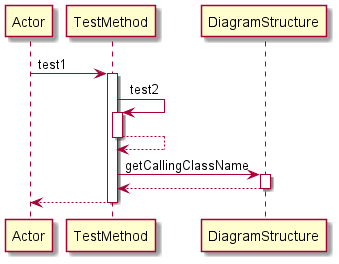
Earlier version of the PlantUML export Diagrams/test1.png (manucapo/Gardener).
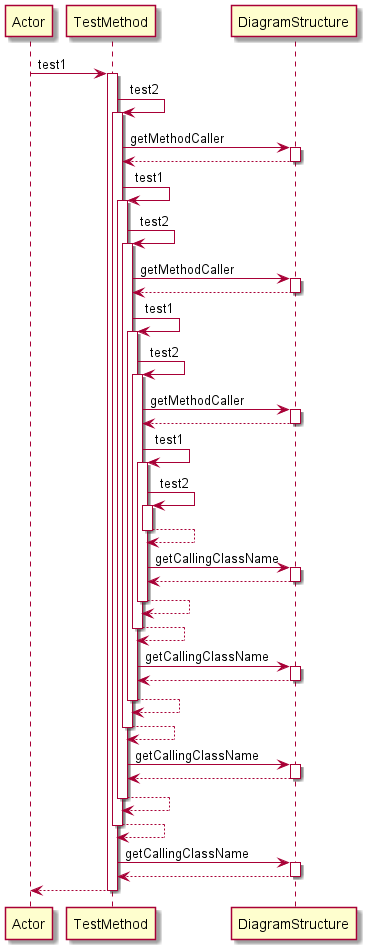
After the commit.

Diff of the diagram source:
```diff
@@ -1,6 +1,30 @@
 @startuml
 participant Actor
 Actor -> TestMethod: test1
+activate TestMethod
+TestMethod -> TestMethod: test2
+activate TestMethod
+TestMethod -> DiagramStructure: getMethodCaller
+activate DiagramStructure
+DiagramStructure-->TestMethod
+deactivate DiagramStructure
+TestMethod -> TestMethod: test1
+activate TestMethod
+TestMethod -> TestMethod: test2
+activate TestMethod
+TestMethod -> DiagramStructure: getMethodCaller
+activate DiagramStructure
+DiagramStructure-->TestMethod
+deactivate DiagramStructure
+TestMethod -> TestMethod: test1
+activate TestMethod
+TestMethod -> TestMethod: test2
+activate TestMethod
+TestMethod -> DiagramStructure: getMethodCaller
+activate DiagramStructure
+DiagramStructure-->TestMethod
+deactivate DiagramStructure
+TestMethod -> TestMethod: test1
 activate TestMethod
 TestMethod -> TestMethod: test2
 activate TestMethod
@@ -10,5 +34,29 @@
 activate DiagramStructure
 DiagramStructure-->TestMethod
 deactivate DiagramStructure
+TestMethod-->TestMethod
+deactivate TestMethod
+TestMethod-->TestMethod
+deactivate TestMethod
+TestMethod -> DiagramStructure: getCallingClassName
+activate DiagramStructure
+DiagramStructure-->TestMethod
+deactivate DiagramStructure
+TestMethod-->TestMethod
+deactivate TestMethod
+TestMethod-->TestMethod
+deactivate TestMethod
+TestMethod -> DiagramStructure: getCallingClassName
+activate DiagramStructure
+DiagramStructure-->TestMethod
+deactivate DiagramStructure
+TestMethod-->TestMethod
+deactivate TestMethod
+TestMethod-->TestMethod
+deactivate TestMethod
+TestMethod -> DiagramStructure: getCallingClassName
+activate DiagramStructure
+DiagramStructure-->TestMethod
+deactivate DiagramStructure
 return
 @enduml
```
